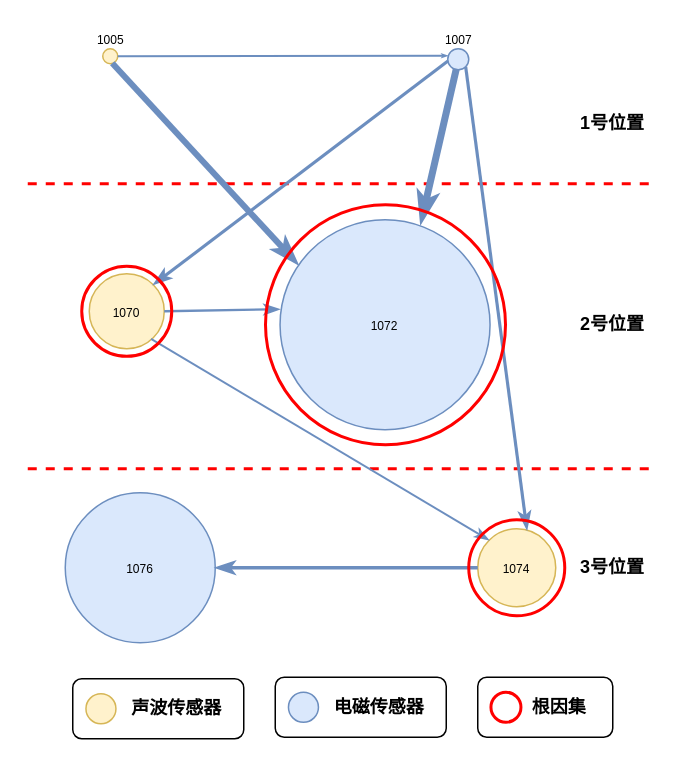
Earlier version of the draw.io diagram page "第 8 页" (8 of 8) of 根因分析.drawio (balllightnings/draw). Source tidied: cells renumbered, new cells numbered last; positions are measured from the earlier drawing's top-left corner, leaving out a move shared by most shapes. Both pictures are drawn from the tidied source at 150%, with x=0, y=0 at pixel (27, 26).
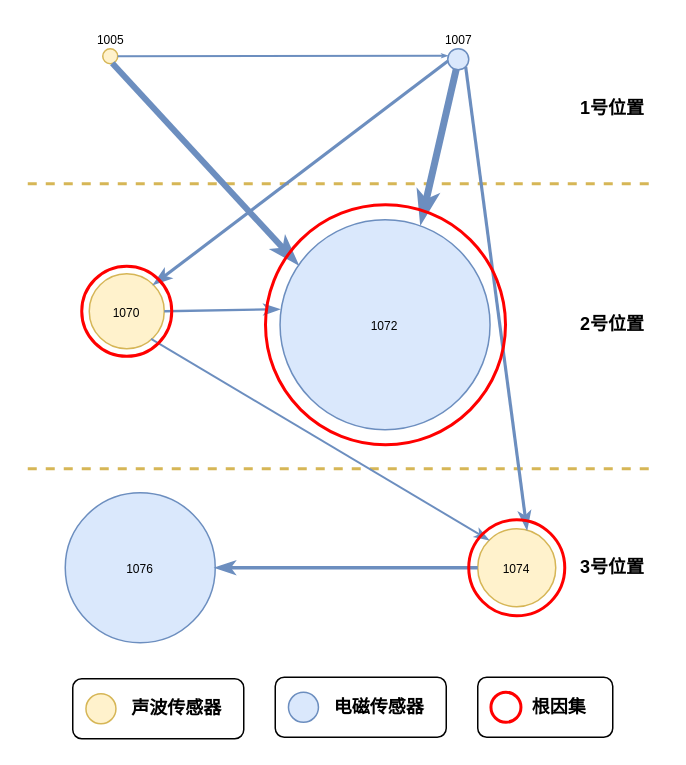
Above is the later version.

Commit message:
更新根因分析.drawio

Diff of the diagram source:
```diff
@@
-    <mxCell id="2" style="endArrow=none;dashed=1;html=1;rounded=0;strokeWidth=2;strokeColor=#FF0000;" parent="1" edge="1">
+    <mxCell id="2" style="endArrow=none;dashed=1;html=1;rounded=0;strokeWidth=2;strokeColor=#d6b656;fillColor=#fff2cc;" parent="1" edge="1">
       <mxGeometry relative="1" as="geometry">
         <mxPoint y="295" as="sourcePoint" />
         <mxPoint x="420" y="295" as="targetPoint" />
       </mxGeometry>
     </mxCell>
-    <mxCell id="3" style="endArrow=none;dashed=1;html=1;rounded=0;strokeWidth=2;fillColor=#f8cecc;strokeColor=#FF0000;" parent="1" edge="1">
+    <mxCell id="3" style="endArrow=none;dashed=1;html=1;rounded=0;strokeWidth=2;fillColor=#fff2cc;strokeColor=#d6b656;" parent="1" edge="1">
       <mxGeometry relative="1" as="geometry">
         <mxPoint y="105" as="sourcePoint" />
         <mxPoint x="420" y="105" as="targetPoint" />
       </mxGeometry>
     </mxCell>
@@
     <mxCell id="21" value="&lt;b&gt;1号位置&lt;/b&gt;" style="rounded=1;whiteSpace=wrap;html=1;dashed=1;fillStyle=dots;strokeColor=none;fillColor=none;" parent="1" vertex="1">
-      <mxGeometry x="360" y="55" width="60" height="20" as="geometry" />
+      <mxGeometry x="360" y="45" width="60" height="20" as="geometry" />
     </mxCell>
```
